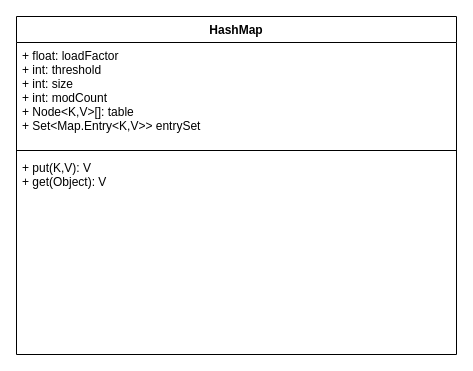
The draw.io diagram page "UML" (1 of 2) of graphics/未命名绘图.drawio in xiaomingcong/learnAlgorithm, before the edit. Source tidied: cells renumbered, new cells numbered last; positions are measured from the earlier drawing's top-left corner, leaving out a move shared by most shapes. Both pictures are drawn from the tidied source at 100%, with x=0, y=0 at pixel (16, 16).
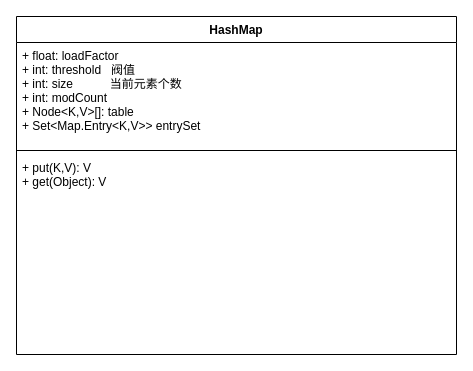
The same diagram, later.

Commit message:
更新未命名绘图.drawio

What changed in the source:
```diff
@@
 <mxGraphModel>
   <root>
     <mxCell id="0" />
     <mxCell id="1" parent="0" />
     <mxCell id="2" value="HashMap" style="swimlane;fontStyle=1;align=center;verticalAlign=top;horizontal=1;startSize=26;" parent="1" vertex="1">
       <mxGeometry width="440" height="338" as="geometry" />
     </mxCell>
-    <mxCell id="3" value="+ float: loadFactor&#10;+ int: threshold&#10;+ int: size&#10;+ int: modCount&#10;+ Node&lt;K,V&gt;[]: table&#10;+ Set&lt;Map.Entry&lt;K,V&gt;&gt; entrySet" style="text;strokeColor=none;fillColor=none;align=left;verticalAlign=top;spacingLeft=4;spacingRight=4;overflow=hidden;" parent="2" vertex="1">
+    <mxCell id="3" value="+ float: loadFactor&#10;+ int: threshold   阀值&#10;+ int: size           当前元素个数&#10;+ int: modCount&#10;+ Node&lt;K,V&gt;[]: table&#10;+ Set&lt;Map.Entry&lt;K,V&gt;&gt; entrySet" style="text;strokeColor=none;fillColor=none;align=left;verticalAlign=top;spacingLeft=4;spacingRight=4;overflow=hidden;" parent="2" vertex="1">
       <mxGeometry y="26" width="440" height="104" as="geometry" />
     </mxCell>
     <mxCell id="4" style="line;strokeWidth=1;fillColor=none;align=left;verticalAlign=middle;spacingTop=-1;spacingLeft=3;spacingRight=3;labelPosition=right;" parent="2" vertex="1">
       <mxGeometry y="130" width="440" height="8" as="geometry" />
     </mxCell>
     <mxCell id="5" value="+ put(K,V): V&#10;+ get(Object): V " style="text;strokeColor=none;fillColor=none;align=left;verticalAlign=top;spacingLeft=4;spacingRight=4;overflow=hidden;" parent="2" vertex="1">
       <mxGeometry y="138" width="440" height="200" as="geometry" />
     </mxCell>
   </root>
 </mxGraphModel>
```
